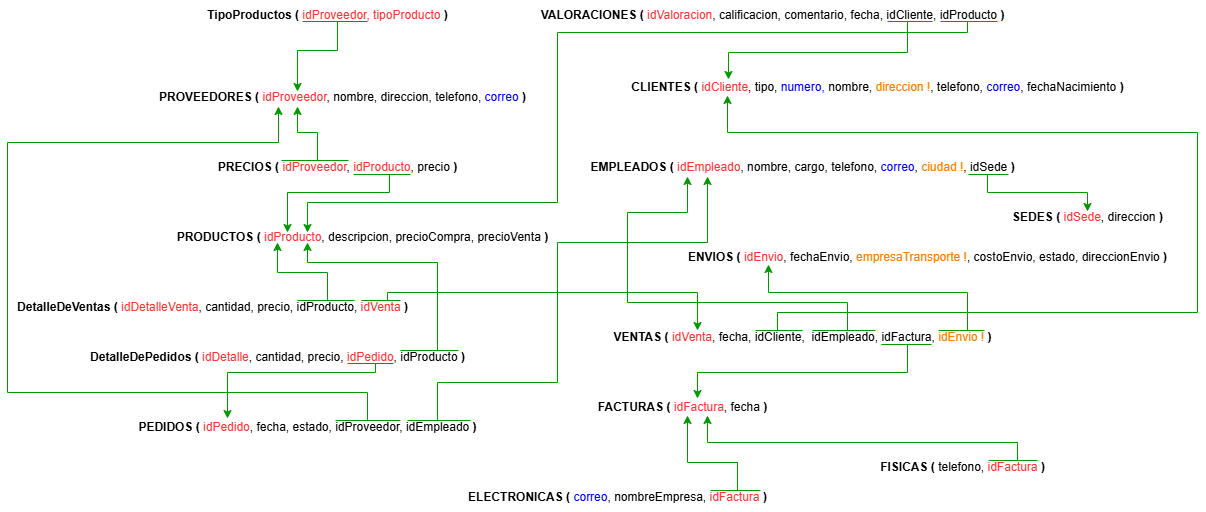
Helacio/MBDA-Calvache-Sanchez keeps this draw.io diagram as Codebar logico.png. Above is the earlier version. Source tidied: cells renumbered, new cells last; positions are measured from the earlier drawing's top-left corner, leaving out a move shared by most shapes.
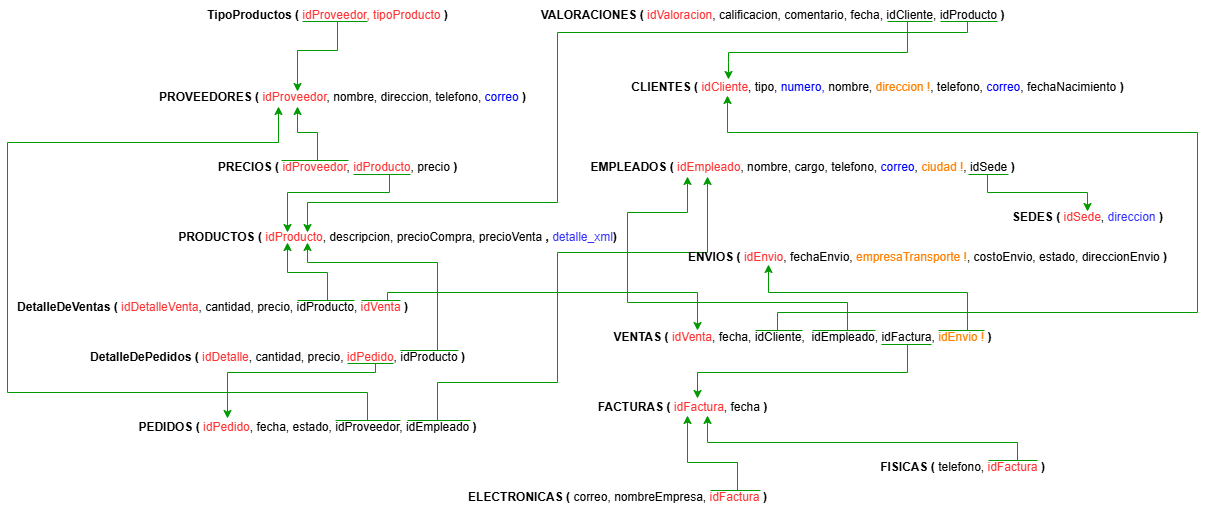
After the commit.

Diff of the diagram source:
```diff
@@ -5,8 +5,8 @@
     <mxCell id="2" value="&lt;b&gt;PROVEEDORES ( &lt;/b&gt;&lt;font style=&quot;color: rgb(255, 51, 51);&quot;&gt;idProveedor&lt;/font&gt;, nombre, direccion, telefono, &lt;font style=&quot;color: rgb(0, 0, 255);&quot;&gt;correo&lt;/font&gt;&lt;b&gt;&amp;nbsp;)&lt;/b&gt;" style="text;html=1;align=center;verticalAlign=middle;" parent="1" vertex="1">
       <mxGeometry x="140" y="82" width="390" height="30" as="geometry" />
     </mxCell>
-    <mxCell id="3" value="&lt;b&gt;PRODUCTOS ( &lt;/b&gt;&lt;font style=&quot;color: rgb(255, 51, 51);&quot;&gt;i&lt;/font&gt;&lt;font style=&quot;color: rgb(255, 51, 51);&quot;&gt;dProducto&lt;/font&gt;, descripcion, precioCompra, precioVenta&lt;b&gt;&amp;nbsp;)&lt;/b&gt;" style="text;html=1;align=center;verticalAlign=middle;points=[];" parent="1" vertex="1">
-      <mxGeometry x="160" y="222" width="390" height="30" as="geometry" />
+    <mxCell id="3" value="&lt;b&gt;PRODUCTOS ( &lt;/b&gt;&lt;font style=&quot;color: rgb(255, 51, 51);&quot;&gt;i&lt;/font&gt;&lt;font style=&quot;color: rgb(255, 51, 51);&quot;&gt;dProducto&lt;/font&gt;, descripcion, precioCompra, precioVenta&lt;b&gt;&amp;nbsp;, &lt;/b&gt;&lt;font style=&quot;color: rgb(51, 51, 255);&quot;&gt;detalle_xml&lt;/font&gt;&lt;b&gt;)&lt;/b&gt;" style="text;html=1;align=center;verticalAlign=middle;points=[];" parent="1" vertex="1">
+      <mxGeometry x="160" y="222" width="460" height="30" as="geometry" />
     </mxCell>
     <mxCell id="4" style="edgeStyle=orthogonalEdgeStyle;rounded=0;orthogonalLoop=1;jettySize=auto;html=1;strokeColor=#009900;" parent="1" edge="1">
       <mxGeometry relative="1" as="geometry">
@@ -75,22 +75,20 @@
         <Array as="points">
           <mxPoint x="430" y="382" />
           <mxPoint x="550" y="382" />
-          <mxPoint x="550" y="242" />
-          <mxPoint x="700" y="242" />
+          <mxPoint x="550" y="252" />
+          <mxPoint x="700" y="252" />
         </Array>
       </mxGeometry>
     </mxCell>
     <mxCell id="12" value="&lt;b&gt;PEDIDOS ( &lt;/b&gt;&lt;font style=&quot;color: rgb(255, 51, 51);&quot;&gt;idPedido&lt;/font&gt;, fecha, estado, idProveedor, idEmpleado&lt;b&gt; )&lt;/b&gt;" style="text;html=1;align=center;verticalAlign=middle;" parent="1" vertex="1">
       <mxGeometry x="120" y="412" width="360" height="30" as="geometry" />
     </mxCell>
-    <mxCell id="13" style="edgeStyle=orthogonalEdgeStyle;rounded=0;orthogonalLoop=1;jettySize=auto;html=1;strokeColor=#009900;" parent="1" edge="1">
+    <mxCell id="13" style="edgeStyle=orthogonalEdgeStyle;rounded=0;jettySize=auto;html=1;strokeColor=#009900;endSize=6;startSize=6;targetPerimeterSpacing=-10;" parent="1" edge="1" target="3">
       <mxGeometry relative="1" as="geometry">
         <mxPoint x="320" y="300" as="sourcePoint" />
-        <mxPoint x="270" y="242" as="targetPoint" />
         <Array as="points">
           <mxPoint x="320" y="272" />
-          <mxPoint x="270" y="272" />
-          <mxPoint x="270" y="245" />
+          <mxPoint x="280" y="272" />
         </Array>
       </mxGeometry>
     </mxCell>
@@ -173,7 +171,7 @@
         </Array>
       </mxGeometry>
     </mxCell>
-    <mxCell id="25" value="&lt;b&gt;ELECTRONICAS ( &lt;/b&gt;&lt;font style=&quot;color: rgb(0, 0, 255);&quot;&gt;correo&lt;/font&gt;, nombreEmpresa, &lt;font style=&quot;color: rgb(255, 51, 51);&quot;&gt;idFactura&lt;/font&gt;&lt;b&gt;&lt;font style=&quot;color: rgb(255, 51, 51);&quot;&gt; &lt;/font&gt;)&lt;/b&gt;" style="text;html=1;align=center;verticalAlign=middle;strokeColor=none;fillColor=none;" parent="1" vertex="1">
+    <mxCell id="25" value="&lt;b&gt;ELECTRONICAS ( &lt;/b&gt;&lt;font style=&quot;color: rgb(0, 0, 0);&quot;&gt;correo&lt;/font&gt;, nombreEmpresa, &lt;font style=&quot;color: rgb(255, 51, 51);&quot;&gt;idFactura&lt;/font&gt;&lt;b&gt;&lt;font style=&quot;color: rgb(255, 51, 51);&quot;&gt; &lt;/font&gt;)&lt;/b&gt;" style="text;html=1;align=center;verticalAlign=middle;strokeColor=none;fillColor=none;" parent="1" vertex="1">
       <mxGeometry x="450" y="482" width="320" height="30" as="geometry" />
     </mxCell>
     <mxCell id="26" style="edgeStyle=orthogonalEdgeStyle;rounded=0;orthogonalLoop=1;jettySize=auto;html=1;strokeColor=#009900;" parent="1" edge="1">
@@ -230,7 +228,7 @@
     <mxCell id="32" value="&lt;b&gt;EMPLEADOS ( &lt;/b&gt;&lt;font style=&quot;color: rgb(255, 51, 51);&quot;&gt;idEmpleado&lt;/font&gt;, nombre, cargo, telefono, &lt;font style=&quot;color: rgb(0, 0, 255);&quot;&gt;correo&lt;/font&gt;, &lt;font style=&quot;color: rgb(255, 128, 0);&quot;&gt;ciudad !&lt;/font&gt;, &lt;font style=&quot;color: rgb(0, 0, 0);&quot;&gt;idSede&lt;/font&gt;&amp;nbsp;&lt;b&gt;)&lt;/b&gt;" style="text;html=1;align=center;verticalAlign=middle;" parent="1" vertex="1">
       <mxGeometry x="570" y="152" width="450" height="30" as="geometry" />
     </mxCell>
-    <mxCell id="33" value="&lt;b&gt;SEDES ( &lt;/b&gt;&lt;font style=&quot;color: rgb(255, 51, 51);&quot;&gt;idSede&lt;/font&gt;, direccion&lt;b&gt; )&lt;/b&gt;" style="text;html=1;align=center;verticalAlign=middle;strokeColor=none;fillColor=none;" parent="1" vertex="1">
+    <mxCell id="33" value="&lt;b&gt;SEDES ( &lt;/b&gt;&lt;font style=&quot;color: rgb(255, 51, 51);&quot;&gt;idSede&lt;/font&gt;, &lt;font style=&quot;color: rgb(51, 51, 255);&quot;&gt;direccion&lt;/font&gt;&lt;b&gt; )&lt;/b&gt;" style="text;html=1;align=center;verticalAlign=middle;strokeColor=none;fillColor=none;" parent="1" vertex="1">
       <mxGeometry x="995" y="202" width="170" height="30" as="geometry" />
     </mxCell>
     <mxCell id="34" style="edgeStyle=orthogonalEdgeStyle;rounded=0;orthogonalLoop=1;jettySize=auto;html=1;strokeColor=#009900;" parent="1" edge="1">
```
